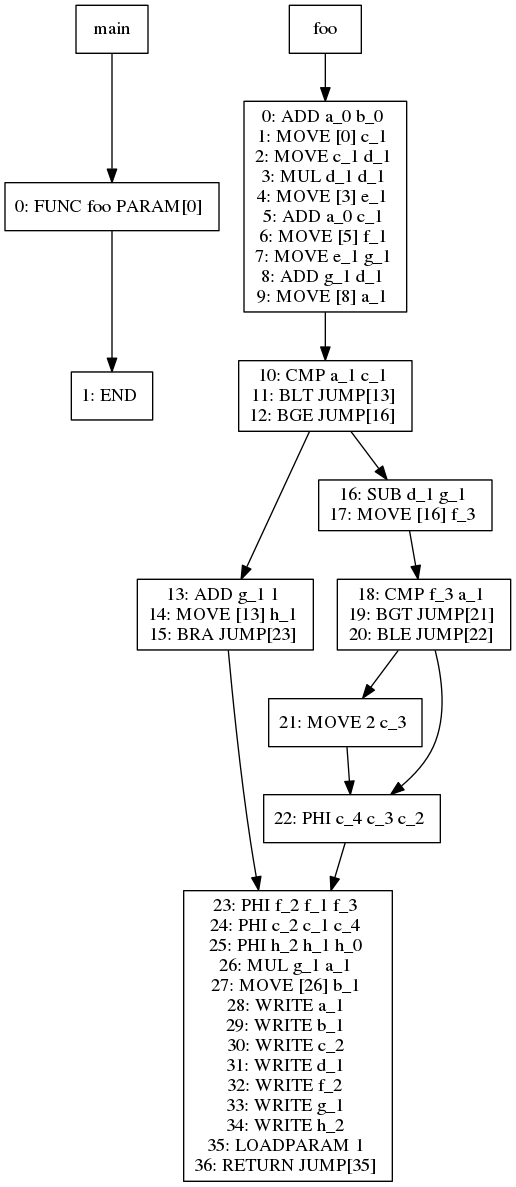
The Graphviz diagram viz/test018.dot.png in jiahanwang/PL241-Compiler, before a commit. Its source is kept beside it as viz/test018.dot.
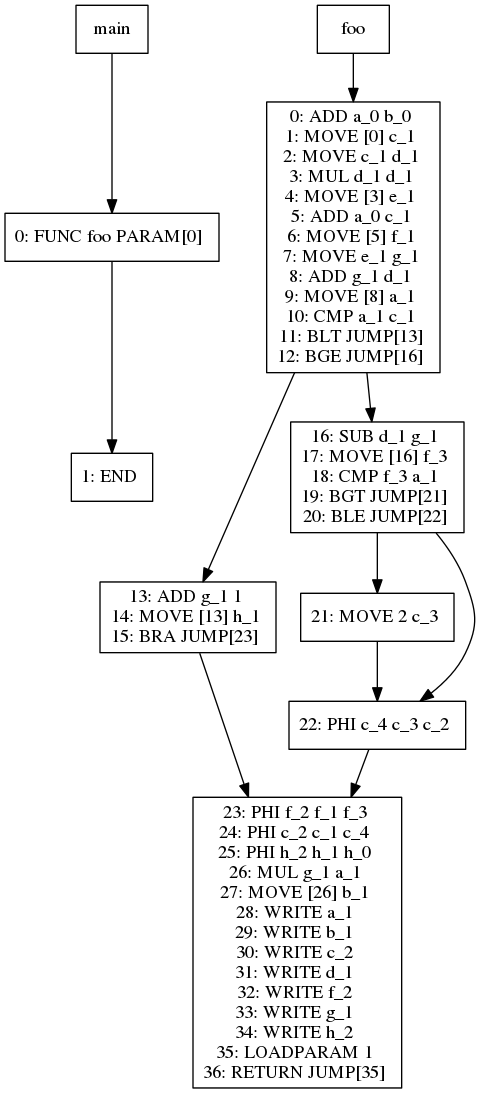
After the commit.

Diff of the diagram source:
```diff
@@ -19,13 +19,11 @@
 7: MOVE e_1 g_1
 8: ADD g_1 d_1
 9: MOVE [8] a_1
-"]
-4 -> 10
-10[label="10: CMP a_1 c_1
+10: CMP a_1 c_1
 11: BLT JUMP[13]
 12: BGE JUMP[16]
 "]
-10 -> 12
+4 -> 12
 12[label="13: ADD g_1 1
 14: MOVE [13] h_1
 15: BRA JUMP[23]
@@ -46,21 +44,19 @@
 35: LOADPARAM 1
 36: RETURN JUMP[35]
 "]
-10 -> 13
+4 -> 13
 13[label="16: SUB d_1 g_1
 17: MOVE [16] f_3
-"]
-13 -> 14
-14[label="18: CMP f_3 a_1
+18: CMP f_3 a_1
 19: BGT JUMP[21]
 20: BLE JUMP[22]
 "]
-14 -> 16
+13 -> 16
 16[label="21: MOVE 2 c_3
 "]
 16 -> 15
 15[label="22: PHI c_4 c_3 c_2
 "]
 15 -> 11
-14 -> 15
+13 -> 15
 }
```
